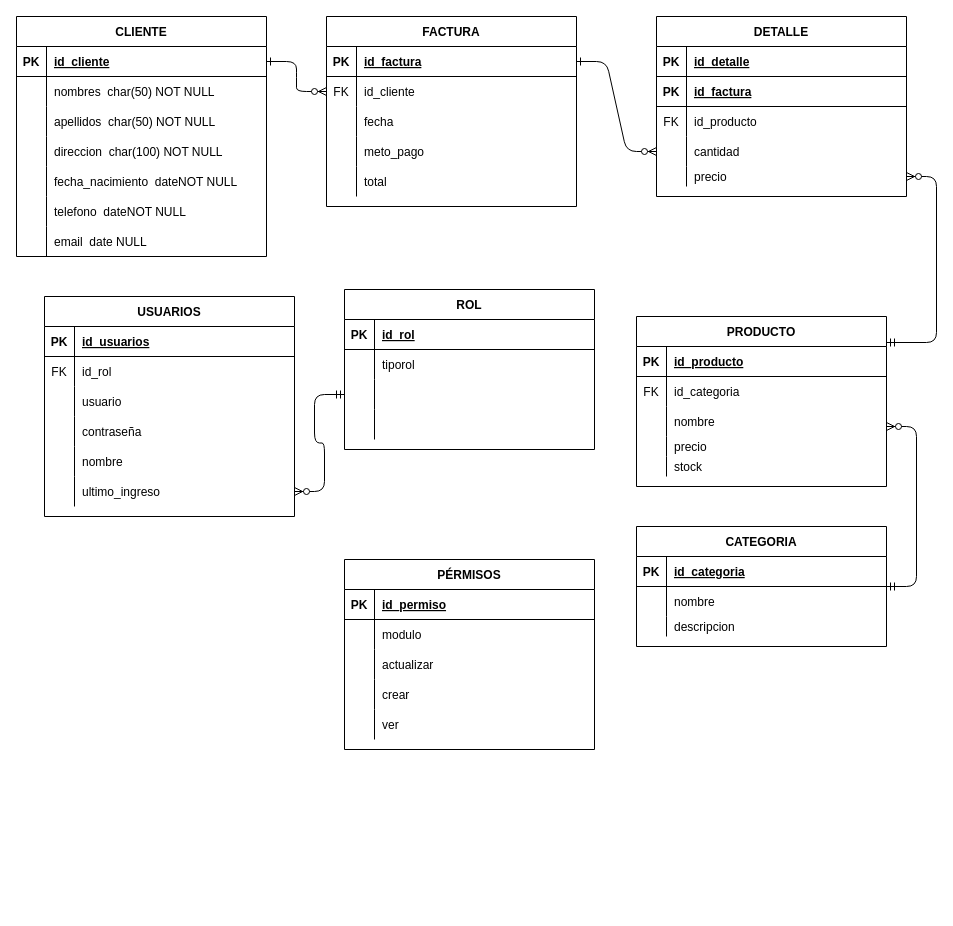
Above: mitienda.drawio in George8a/mitienda (draw.io), before the change. Source tidied: cells renumbered, new cells numbered last; positions are measured from the earlier drawing's top-left corner, leaving out a move shared by most shapes. Both pictures are drawn from the tidied source at 100%, with x=0, y=0 at pixel (16, 16).
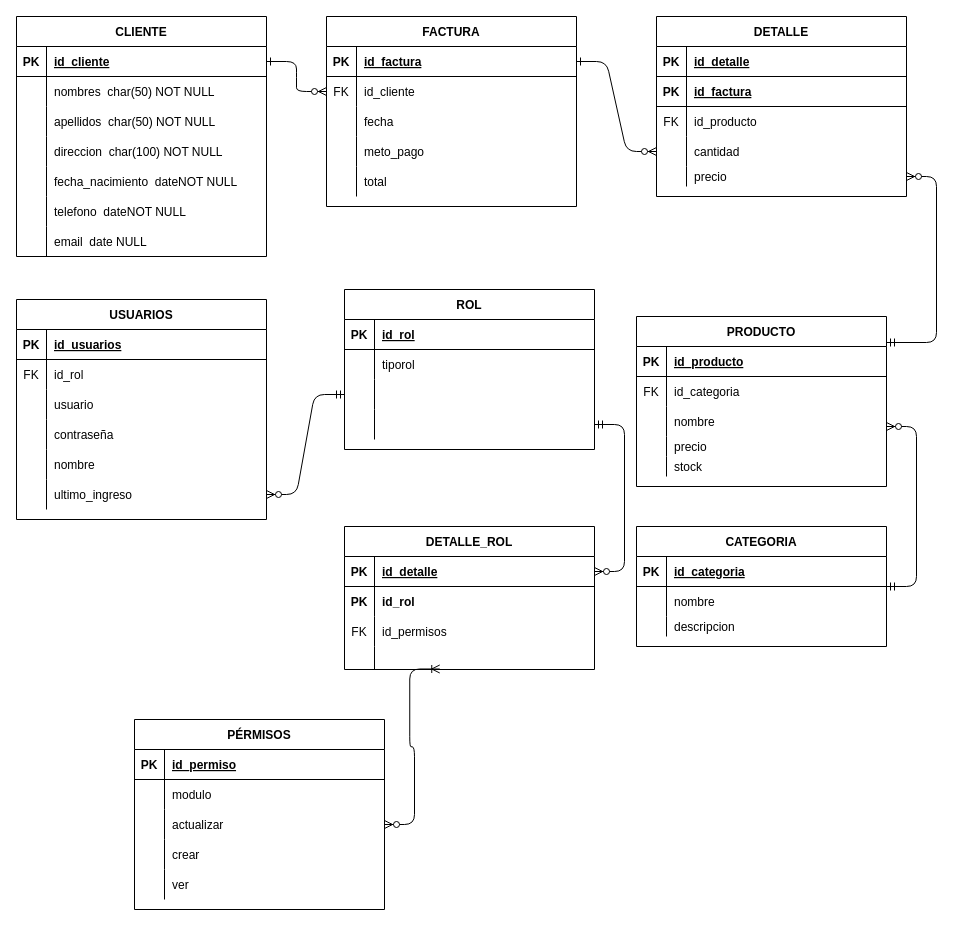
Above is the later version.

Unchanged cells that the change refers to:
```xml
<mxCell id="115" style="shape=partialRectangle;fillColor=none;points=[[0,0.5],[1,0.5]];portConstraint=eastwest;top=0;left=0;right=0;bottom=0;" parent="105" vertex="1">
  <mxGeometry y="120" width="250" height="30" as="geometry" />
</mxCell>
<mxCell id="125" style="shape=partialRectangle;fillColor=none;points=[[0,0.5],[1,0.5]];portConstraint=eastwest;top=0;left=0;right=0;bottom=0;" parent="118" vertex="1">
  <mxGeometry y="90" width="250" height="30" as="geometry" />
</mxCell>
```

What changed in the source:
```diff
@@
     <mxCell id="86" value="USUARIOS" style="shape=table;startSize=30;childLayout=tableLayout;rowLines=0;fontStyle=1;align=center;" parent="1" vertex="1">
-      <mxGeometry x="28" y="280" width="250" height="220" as="geometry" />
+      <mxGeometry y="283" width="250" height="220" as="geometry" />
     </mxCell>
@@
     <mxCell id="118" value="PÉRMISOS" style="shape=table;startSize=30;childLayout=tableLayout;rowLines=0;fontStyle=1;align=center;" parent="1" vertex="1">
-      <mxGeometry x="328" y="543" width="250" height="190" as="geometry" />
+      <mxGeometry x="118" y="703" width="250" height="190" as="geometry" />
     </mxCell>
@@
+    <mxCell id="135" value="DETALLE_ROL" style="shape=table;startSize=30;childLayout=tableLayout;rowLines=0;fontStyle=1;align=center;" parent="1" vertex="1">
+      <mxGeometry x="328" y="510" width="250" height="143" as="geometry" />
+    </mxCell>
+    <mxCell id="136" style="shape=partialRectangle;fillColor=none;points=[[0,0.5],[1,0.5]];portConstraint=eastwest;top=0;left=0;right=0;bottom=1;" parent="135" vertex="1">
+      <mxGeometry y="30" width="250" height="30" as="geometry" />
+    </mxCell>
+    <mxCell id="137" value="PK" style="shape=partialRectangle;overflow=hidden;fillColor=none;top=0;left=0;bottom=0;right=0;fontStyle=1;" parent="136" vertex="1">
+      <mxGeometry width="30" height="30" as="geometry" />
+    </mxCell>
+    <mxCell id="138" value="id_detalle" style="shape=partialRectangle;overflow=hidden;fillColor=none;top=0;left=0;bottom=0;right=0;align=left;spacingLeft=6;fontStyle=5;" parent="136" vertex="1">
+      <mxGeometry x="30" width="220" height="30" as="geometry" />
+    </mxCell>
+    <mxCell id="139" style="shape=partialRectangle;fillColor=none;top=0;left=0;right=0;bottom=0;" parent="135" vertex="1">
+      <mxGeometry y="60" width="250" height="30" as="geometry" />
+    </mxCell>
+    <mxCell id="140" value="PK" style="shape=partialRectangle;overflow=hidden;fillColor=none;top=0;left=0;bottom=0;right=0;fontStyle=1;" parent="139" vertex="1">
+      <mxGeometry width="30" height="30" as="geometry" />
+    </mxCell>
+    <mxCell id="141" value="id_rol" style="shape=partialRectangle;overflow=hidden;fillColor=none;top=0;left=0;bottom=0;right=0;align=left;spacingLeft=6;fontStyle=1;" parent="139" vertex="1">
+      <mxGeometry x="30" width="220" height="30" as="geometry" />
+    </mxCell>
+    <mxCell id="142" style="shape=partialRectangle;fillColor=none;top=0;left=0;right=0;bottom=0;" parent="135" vertex="1">
+      <mxGeometry y="90" width="250" height="30" as="geometry" />
+    </mxCell>
+    <mxCell id="143" value="FK" style="shape=partialRectangle;overflow=hidden;fillColor=none;top=0;left=0;bottom=0;right=0;" parent="142" vertex="1">
+      <mxGeometry width="30" height="30" as="geometry" />
+    </mxCell>
+    <mxCell id="144" value="id_permisos" style="shape=partialRectangle;overflow=hidden;fillColor=none;top=0;left=0;bottom=0;right=0;align=left;spacingLeft=6;" parent="142" vertex="1">
+      <mxGeometry x="30" width="220" height="30" as="geometry" />
+    </mxCell>
+    <mxCell id="145" style="shape=partialRectangle;fillColor=none;points=[[0,0.5],[1,0.5]];portConstraint=eastwest;top=0;left=0;right=0;bottom=0;" parent="135" vertex="1">
+      <mxGeometry y="120" width="250" height="23" as="geometry" />
+    </mxCell>
+    <mxCell id="146" style="shape=partialRectangle;overflow=hidden;fillColor=none;top=0;left=0;bottom=0;right=0;" parent="145" vertex="1">
+      <mxGeometry width="30" height="23" as="geometry" />
+    </mxCell>
+    <mxCell id="147" style="shape=partialRectangle;overflow=hidden;fillColor=none;top=0;left=0;bottom=0;right=0;align=left;spacingLeft=6;" parent="145" vertex="1">
+      <mxGeometry x="30" width="220" height="23" as="geometry" />
+    </mxCell>
+    <mxCell id="148" style="edgeStyle=entityRelationEdgeStyle;fontSize=12;html=1;endArrow=ERoneToMany;startArrow=ERzeroToMany;exitX=1;exitY=0.5;exitDx=0;exitDy=0;entryX=0.381;entryY=0.978;entryDx=0;entryDy=0;entryPerimeter=0;" parent="1" edge="1" source="125" target="145">
+      <mxGeometry relative="1" as="geometry" />
+    </mxCell>
+    <mxCell id="149" style="edgeStyle=entityRelationEdgeStyle;fontSize=12;html=1;endArrow=ERzeroToMany;startArrow=ERmandOne;exitX=1;exitY=0.5;exitDx=0;exitDy=0;" parent="1" edge="1" source="115" target="136">
+      <mxGeometry relative="1" as="geometry" />
+    </mxCell>
```
